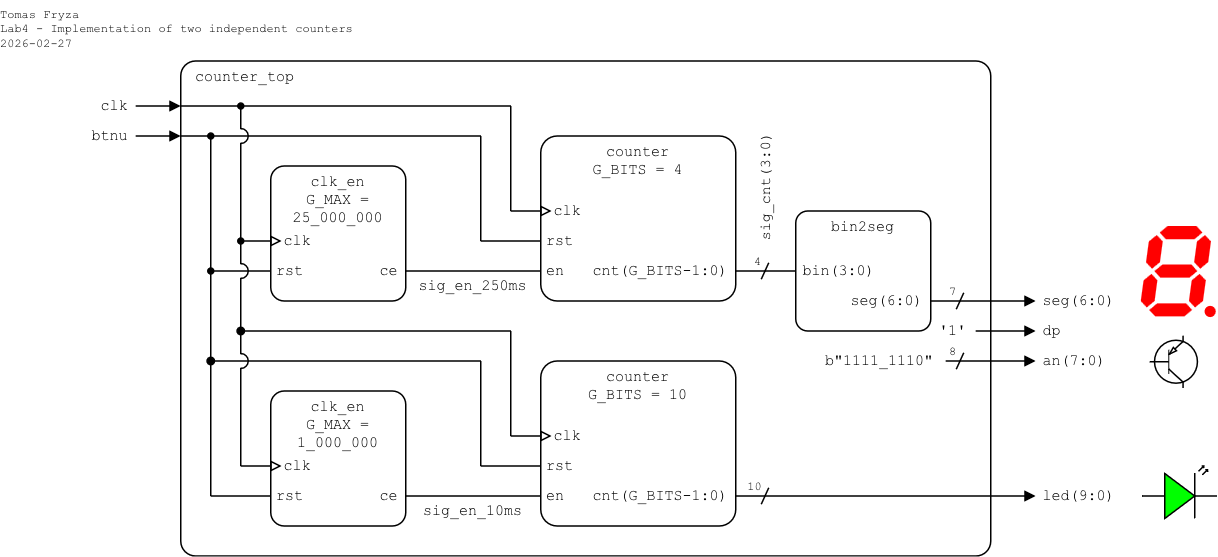
Before: lab4-counter/images/top-level_ver3.png, a diagram exported from draw.io (tomas-fryza/vhdl-examples). Source tidied: cells renumbered, new cells last; positions are measured from the earlier drawing's top-left corner, leaving out a move shared by most shapes.
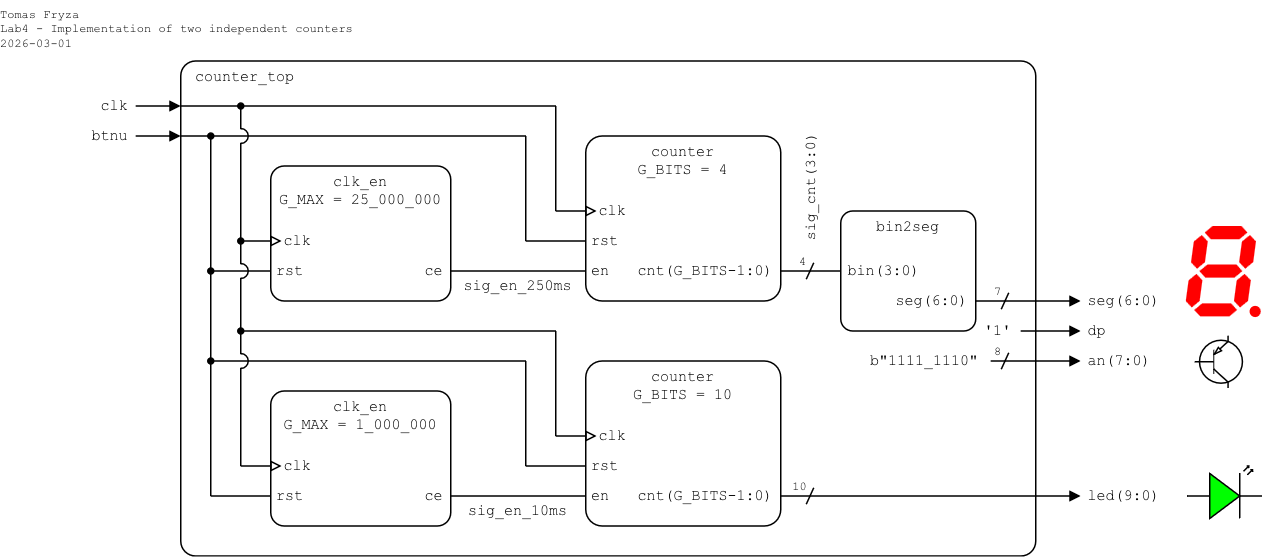
After the commit.

Diff of the diagram source:
```diff
@@ -3,14 +3,14 @@
     <mxCell id="0" />
     <mxCell id="1" parent="0" />
     <mxCell id="2" value="counter_top" style="rounded=1;arcSize=3;whiteSpace=wrap;html=1;align=left;verticalAlign=top;fontFamily=Courier New;absoluteArcSize=0;fillColor=none;fontSize=10;spacingLeft=10;imageHeight=24;spacing=0;" parent="1" vertex="1">
-      <mxGeometry x="120" y="40" width="540" height="330" as="geometry" />
+      <mxGeometry x="90" y="40" width="570" height="330" as="geometry" />
     </mxCell>
     <mxCell id="3" value="clk_en&lt;div&gt;G_MAX = 25_000_000&lt;br&gt;&lt;/div&gt;" style="rounded=1;arcSize=10;align=center;verticalAlign=top;fontFamily=Courier New;absoluteArcSize=0;fillColor=none;fixDash=0;fontSize=10;spacingLeft=0;labelBorderColor=none;spacingTop=0;spacing=0;labelBackgroundColor=none;whiteSpace=wrap;html=1;strokeWidth=1;shadow=0;glass=0;" parent="1" vertex="1">
-      <mxGeometry x="180" y="110" width="90" height="90" as="geometry" />
+      <mxGeometry x="150" y="110" width="120" height="90" as="geometry" />
     </mxCell>
     <mxCell id="4" style="endArrow=none;html=1;rounded=0;endFill=0;endSize=5;startSize=5;" parent="1" edge="1">
       <mxGeometry relative="1" as="geometry">
-        <mxPoint x="120" y="70" as="sourcePoint" />
+        <mxPoint x="90" y="70" as="sourcePoint" />
         <mxPoint x="340" y="70" as="targetPoint" />
       </mxGeometry>
     </mxCell>
@@ -25,7 +25,7 @@
     </mxCell>
     <mxCell id="7" style="endArrow=none;html=1;rounded=0;endFill=0;endSize=5;startSize=5;" parent="1" edge="1">
       <mxGeometry relative="1" as="geometry">
-        <mxPoint x="120" y="90" as="sourcePoint" />
+        <mxPoint x="90" y="90" as="sourcePoint" />
         <mxPoint x="320" y="90" as="targetPoint" />
       </mxGeometry>
     </mxCell>
@@ -33,15 +33,15 @@
       <mxGeometry x="270" y="185" width="90" height="10" as="geometry" />
     </mxCell>
     <mxCell id="9" value="rst" style="text;html=1;align=left;verticalAlign=middle;whiteSpace=wrap;rounded=0;fontFamily=Courier New;fontSize=10;fillOpacity=100;spacingLeft=5;spacing=0;" parent="1" vertex="1">
-      <mxGeometry x="179.4" y="170" width="40.6" height="20" as="geometry" />
+      <mxGeometry x="149.4" y="170" width="40.6" height="20" as="geometry" />
     </mxCell>
     <mxCell id="10" value="clk" style="text;html=1;align=left;verticalAlign=middle;whiteSpace=wrap;rounded=0;fontFamily=Courier New;fontSize=10;fillOpacity=100;spacing=0;spacingLeft=10;" parent="1" vertex="1">
-      <mxGeometry x="179.4" y="150" width="40.6" height="20" as="geometry" />
+      <mxGeometry x="149.4" y="150" width="40.6" height="20" as="geometry" />
     </mxCell>
     <mxCell id="11" style="endArrow=block;html=1;rounded=0;endFill=0;endSize=5;startSize=5;" parent="1" edge="1">
       <mxGeometry relative="1" as="geometry">
-        <mxPoint x="160" y="160" as="sourcePoint" />
-        <mxPoint x="187.2" y="160" as="targetPoint" />
+        <mxPoint x="130" y="160" as="sourcePoint" />
+        <mxPoint x="157.2" y="160" as="targetPoint" />
       </mxGeometry>
     </mxCell>
     <mxCell id="12" value="ce" style="text;html=1;align=right;verticalAlign=middle;whiteSpace=wrap;rounded=0;fontFamily=Courier New;fontSize=10;fillOpacity=100;spacing=0;spacingRight=5;" parent="1" vertex="1">
@@ -55,21 +55,21 @@
     </mxCell>
     <mxCell id="14" style="endArrow=block;html=1;rounded=0;endFill=1;endSize=5;startSize=5;" parent="1" edge="1">
       <mxGeometry relative="1" as="geometry">
-        <mxPoint x="90" y="90" as="sourcePoint" />
-        <mxPoint x="120" y="90" as="targetPoint" />
+        <mxPoint x="60" y="90" as="sourcePoint" />
+        <mxPoint x="90" y="90" as="targetPoint" />
       </mxGeometry>
     </mxCell>
     <mxCell id="15" value="&lt;div align=&quot;right&quot;&gt;btnu&lt;/div&gt;" style="text;html=1;align=right;verticalAlign=middle;whiteSpace=wrap;rounded=0;fontFamily=Courier New;fontSize=10;fillOpacity=100;spacing=0;spacingLeft=0;spacingRight=5;" parent="1" vertex="1">
-      <mxGeometry x="50" y="80" width="39.6" height="20" as="geometry" />
+      <mxGeometry x="20" y="80" width="39.6" height="20" as="geometry" />
     </mxCell>
     <mxCell id="16" style="endArrow=block;html=1;rounded=0;endFill=1;endSize=5;startSize=5;" parent="1" edge="1">
       <mxGeometry relative="1" as="geometry">
-        <mxPoint x="90" y="70" as="sourcePoint" />
-        <mxPoint x="120" y="70" as="targetPoint" />
+        <mxPoint x="60" y="70" as="sourcePoint" />
+        <mxPoint x="90" y="70" as="targetPoint" />
       </mxGeometry>
     </mxCell>
     <mxCell id="17" value="clk" style="text;html=1;align=right;verticalAlign=middle;whiteSpace=wrap;rounded=0;fontFamily=Courier New;fontSize=10;fillOpacity=100;spacing=0;spacingLeft=0;spacingRight=5;" parent="1" vertex="1">
-      <mxGeometry x="60" y="60" width="30" height="20" as="geometry" />
+      <mxGeometry x="30" y="60" width="30" height="20" as="geometry" />
     </mxCell>
     <mxCell id="18" style="endArrow=none;html=1;rounded=0;startArrow=none;startFill=0;endSize=4;startSize=4;" parent="1" edge="1">
       <mxGeometry relative="1" as="geometry">
@@ -112,29 +112,29 @@
     </mxCell>
     <mxCell id="27" style="endArrow=none;html=1;rounded=0;endFill=0;endSize=5;startSize=5;" parent="1" edge="1">
       <mxGeometry relative="1" as="geometry">
-        <mxPoint x="140" y="180" as="sourcePoint" />
-        <mxPoint x="180" y="180" as="targetPoint" />
+        <mxPoint x="110" y="180" as="sourcePoint" />
+        <mxPoint x="150" y="180" as="targetPoint" />
       </mxGeometry>
     </mxCell>
     <mxCell id="28" style="endArrow=oval;html=1;rounded=0;startArrow=none;startFill=0;endSize=4;startSize=4;endFill=1;" parent="1" edge="1">
       <mxGeometry relative="1" as="geometry">
-        <mxPoint x="160" y="85.5" as="sourcePoint" />
-        <mxPoint x="160" y="70" as="targetPoint" />
+        <mxPoint x="130" y="85.5" as="sourcePoint" />
+        <mxPoint x="130" y="70" as="targetPoint" />
       </mxGeometry>
     </mxCell>
     <mxCell id="29" style="endArrow=none;html=1;rounded=0;startArrow=oval;startFill=1;endSize=4;startSize=4;" parent="1" edge="1">
       <mxGeometry relative="1" as="geometry">
-        <mxPoint x="140" y="90" as="sourcePoint" />
-        <mxPoint x="140" y="180" as="targetPoint" />
+        <mxPoint x="110" y="90" as="sourcePoint" />
+        <mxPoint x="110" y="180" as="targetPoint" />
       </mxGeometry>
     </mxCell>
     <mxCell id="30" style="verticalLabelPosition=bottom;verticalAlign=top;html=1;shape=mxgraph.basic.arc;startAngle=0.75;endAngle=0.25;rotation=90;" parent="1" vertex="1">
-      <mxGeometry x="155" y="85" width="10" height="10" as="geometry" />
+      <mxGeometry x="125" y="85" width="10" height="10" as="geometry" />
     </mxCell>
     <mxCell id="31" style="endArrow=none;html=1;rounded=0;startArrow=none;startFill=0;endSize=4;startSize=4;" parent="1" edge="1">
       <mxGeometry relative="1" as="geometry">
-        <mxPoint x="160" y="94.5" as="sourcePoint" />
-        <mxPoint x="160" y="160" as="targetPoint" />
+        <mxPoint x="130" y="94.5" as="sourcePoint" />
+        <mxPoint x="130" y="160" as="targetPoint" />
       </mxGeometry>
     </mxCell>
     <mxCell id="32" value="bin2seg" style="rounded=1;arcSize=10;align=center;verticalAlign=top;fontFamily=Courier New;absoluteArcSize=0;fillColor=none;fixDash=0;fontSize=10;spacingLeft=0;labelBorderColor=none;spacingTop=0;spacing=0;labelBackgroundColor=none;whiteSpace=wrap;html=1;strokeWidth=1;shadow=0;glass=0;" parent="1" vertex="1">
@@ -211,8 +211,8 @@
     <mxCell id="50" value="4" style="text;html=1;align=center;verticalAlign=middle;whiteSpace=wrap;rounded=0;fontFamily=Courier New;fontSize=8;fillOpacity=100;spacing=2;spacingRight=0;" parent="1" vertex="1">
       <mxGeometry x="500" y="164" width="10" height="20" as="geometry" />
     </mxCell>
-    <mxCell id="51" value="&lt;div&gt;Tomas Fryza&lt;/div&gt;&lt;div&gt;Lab4 - Implementation of two independent counters&lt;/div&gt;&lt;div&gt;2026-02-27&lt;/div&gt;" style="text;html=1;align=left;verticalAlign=top;whiteSpace=wrap;rounded=0;fontFamily=Courier New;fontSize=8;fillOpacity=100;spacing=0;spacingLeft=0;" parent="1" vertex="1">
-      <mxGeometry width="280" height="40" as="geometry" />
+    <mxCell id="51" value="&lt;div&gt;Tomas Fryza&lt;/div&gt;&lt;div&gt;Lab4 - Implementation of two independent counters&lt;/div&gt;&lt;div&gt;2026-03-01&lt;/div&gt;" style="text;html=1;align=left;verticalAlign=top;whiteSpace=wrap;rounded=0;fontFamily=Courier New;fontSize=8;fillOpacity=100;spacing=0;spacingLeft=0;" parent="1" vertex="1">
+      <mxGeometry x="-30" width="280" height="40" as="geometry" />
     </mxCell>
     <mxCell id="52" style="endArrow=none;html=1;rounded=0;endFill=0;endSize=5;startSize=5;" parent="1" edge="1">
       <mxGeometry relative="1" as="geometry">
@@ -277,19 +277,19 @@
     <mxCell id="65" value="sig_en_10ms" style="text;html=1;align=center;verticalAlign=middle;whiteSpace=wrap;rounded=0;fontFamily=Courier New;fontSize=10;fillOpacity=100;spacing=0;spacingLeft=0;" parent="1" vertex="1">
       <mxGeometry x="270" y="335" width="90" height="10" as="geometry" />
     </mxCell>
-    <mxCell id="66" value="clk_en&lt;div&gt;G_MAX =&lt;br&gt;1_000_000&lt;br&gt;&lt;/div&gt;" style="rounded=1;arcSize=10;align=center;verticalAlign=top;fontFamily=Courier New;absoluteArcSize=0;fillColor=none;fixDash=0;fontSize=10;spacingLeft=0;labelBorderColor=none;spacingTop=0;spacing=0;labelBackgroundColor=none;whiteSpace=wrap;html=1;strokeWidth=1;shadow=0;glass=0;" parent="1" vertex="1">
-      <mxGeometry x="180" y="260" width="90" height="90" as="geometry" />
+    <mxCell id="66" value="clk_en&lt;div&gt;G_MAX = 1_000_000&lt;br&gt;&lt;/div&gt;" style="rounded=1;arcSize=10;align=center;verticalAlign=top;fontFamily=Courier New;absoluteArcSize=0;fillColor=none;fixDash=0;fontSize=10;spacingLeft=0;labelBorderColor=none;spacingTop=0;spacing=0;labelBackgroundColor=none;whiteSpace=wrap;html=1;strokeWidth=1;shadow=0;glass=0;" parent="1" vertex="1">
+      <mxGeometry x="150" y="260" width="120" height="90" as="geometry" />
     </mxCell>
     <mxCell id="67" value="rst" style="text;html=1;align=left;verticalAlign=middle;whiteSpace=wrap;rounded=0;fontFamily=Courier New;fontSize=10;fillOpacity=100;spacingLeft=5;spacing=0;" parent="1" vertex="1">
-      <mxGeometry x="179.4" y="320" width="30.6" height="20" as="geometry" />
+      <mxGeometry x="149.4" y="320" width="30.6" height="20" as="geometry" />
     </mxCell>
     <mxCell id="68" value="clk" style="text;html=1;align=left;verticalAlign=middle;whiteSpace=wrap;rounded=0;fontFamily=Courier New;fontSize=10;fillOpacity=100;spacing=0;spacingLeft=10;" parent="1" vertex="1">
-      <mxGeometry x="179.4" y="300" width="30.6" height="20" as="geometry" />
+      <mxGeometry x="149.4" y="300" width="30.6" height="20" as="geometry" />
     </mxCell>
     <mxCell id="69" style="endArrow=block;html=1;rounded=0;endFill=0;endSize=5;startSize=5;" parent="1" edge="1">
       <mxGeometry relative="1" as="geometry">
-        <mxPoint x="160" y="310" as="sourcePoint" />
-        <mxPoint x="187.2" y="310" as="targetPoint" />
+        <mxPoint x="130" y="310" as="sourcePoint" />
+        <mxPoint x="157.2" y="310" as="targetPoint" />
       </mxGeometry>
     </mxCell>
     <mxCell id="70" value="ce" style="text;html=1;align=right;verticalAlign=middle;whiteSpace=wrap;rounded=0;fontFamily=Courier New;fontSize=10;fillOpacity=100;spacing=0;spacingRight=5;" parent="1" vertex="1">
@@ -297,32 +297,32 @@
     </mxCell>
     <mxCell id="71" style="endArrow=none;html=1;rounded=0;endFill=0;endSize=5;startSize=5;" parent="1" edge="1">
       <mxGeometry relative="1" as="geometry">
-        <mxPoint x="140" y="330" as="sourcePoint" />
-        <mxPoint x="180" y="330" as="targetPoint" />
+        <mxPoint x="110" y="330" as="sourcePoint" />
+        <mxPoint x="150" y="330" as="targetPoint" />
       </mxGeometry>
     </mxCell>
     <mxCell id="72" style="endArrow=oval;html=1;rounded=0;startArrow=none;startFill=0;endSize=4;startSize=4;endFill=1;" parent="1" edge="1">
       <mxGeometry relative="1" as="geometry">
-        <mxPoint x="160" y="175.5" as="sourcePoint" />
-        <mxPoint x="160" y="160" as="targetPoint" />
+        <mxPoint x="130" y="175.5" as="sourcePoint" />
+        <mxPoint x="130" y="160" as="targetPoint" />
       </mxGeometry>
     </mxCell>
     <mxCell id="73" style="endArrow=none;html=1;rounded=0;startArrow=oval;startFill=1;endSize=4;startSize=4;" parent="1" edge="1">
       <mxGeometry relative="1" as="geometry">
-        <mxPoint x="140" y="180" as="sourcePoint" />
-        <mxPoint x="140" y="330" as="targetPoint" />
+        <mxPoint x="110" y="180" as="sourcePoint" />
+        <mxPoint x="110" y="330" as="targetPoint" />
       </mxGeometry>
     </mxCell>
     <mxCell id="74" style="verticalLabelPosition=bottom;verticalAlign=top;html=1;shape=mxgraph.basic.arc;startAngle=0.75;endAngle=0.25;rotation=90;" parent="1" vertex="1">
-      <mxGeometry x="155" y="175" width="10" height="10" as="geometry" />
+      <mxGeometry x="125" y="175" width="10" height="10" as="geometry" />
     </mxCell>
     <mxCell id="75" style="verticalLabelPosition=bottom;shadow=0;dashed=0;align=center;html=1;verticalAlign=top;shape=mxgraph.electrical.opto_electronics.led_2;fillColor=#00FF00;" parent="1" vertex="1">
       <mxGeometry x="761" y="310" width="50" height="35" as="geometry" />
     </mxCell>
     <mxCell id="76" style="endArrow=none;html=1;rounded=0;startArrow=none;startFill=0;endSize=4;startSize=4;" parent="1" edge="1">
       <mxGeometry relative="1" as="geometry">
-        <mxPoint x="160" y="244.5" as="sourcePoint" />
-        <mxPoint x="160" y="310" as="targetPoint" />
+        <mxPoint x="130" y="244.5" as="sourcePoint" />
+        <mxPoint x="130" y="310" as="targetPoint" />
       </mxGeometry>
     </mxCell>
     <mxCell id="77" value="10" style="text;html=1;align=center;verticalAlign=middle;whiteSpace=wrap;rounded=0;fontFamily=Courier New;fontSize=8;fillOpacity=100;spacing=2;spacingRight=0;" parent="1" vertex="1">
@@ -334,26 +334,26 @@
         <mxPoint x="507" y="335.5" as="targetPoint" />
       </mxGeometry>
     </mxCell>
-    <mxCell id="79" style="endArrow=none;html=1;rounded=0;endFill=0;endSize=5;startSize=5;startArrow=oval;startFill=1;" parent="1" edge="1">
+    <mxCell id="79" style="endArrow=none;html=1;rounded=0;endFill=0;endSize=4;startSize=4;startArrow=oval;startFill=1;" parent="1" edge="1">
       <mxGeometry relative="1" as="geometry">
-        <mxPoint x="160" y="220" as="sourcePoint" />
+        <mxPoint x="130" y="220" as="sourcePoint" />
         <mxPoint x="340" y="220" as="targetPoint" />
       </mxGeometry>
     </mxCell>
-    <mxCell id="80" style="endArrow=none;html=1;rounded=0;endFill=0;endSize=5;startSize=5;startArrow=oval;startFill=1;" parent="1" edge="1">
+    <mxCell id="80" style="endArrow=none;html=1;rounded=0;endFill=0;endSize=4;startSize=4;startArrow=oval;startFill=1;" parent="1" edge="1">
       <mxGeometry relative="1" as="geometry">
-        <mxPoint x="140" y="240" as="sourcePoint" />
+        <mxPoint x="110" y="240" as="sourcePoint" />
         <mxPoint x="320" y="240" as="targetPoint" />
       </mxGeometry>
     </mxCell>
     <mxCell id="81" style="endArrow=none;html=1;rounded=0;startArrow=none;startFill=0;endSize=4;startSize=4;" parent="1" edge="1">
       <mxGeometry relative="1" as="geometry">
-        <mxPoint x="160" y="184.5" as="sourcePoint" />
-        <mxPoint x="160" y="235.5" as="targetPoint" />
+        <mxPoint x="130" y="184.5" as="sourcePoint" />
+        <mxPoint x="130" y="235.5" as="targetPoint" />
       </mxGeometry>
     </mxCell>
     <mxCell id="82" style="verticalLabelPosition=bottom;verticalAlign=top;html=1;shape=mxgraph.basic.arc;startAngle=0.75;endAngle=0.25;rotation=90;" parent="1" vertex="1">
-      <mxGeometry x="155" y="235" width="10" height="10" as="geometry" />
+      <mxGeometry x="125" y="235" width="10" height="10" as="geometry" />
     </mxCell>
   </root>
 </mxGraphModel>
```
